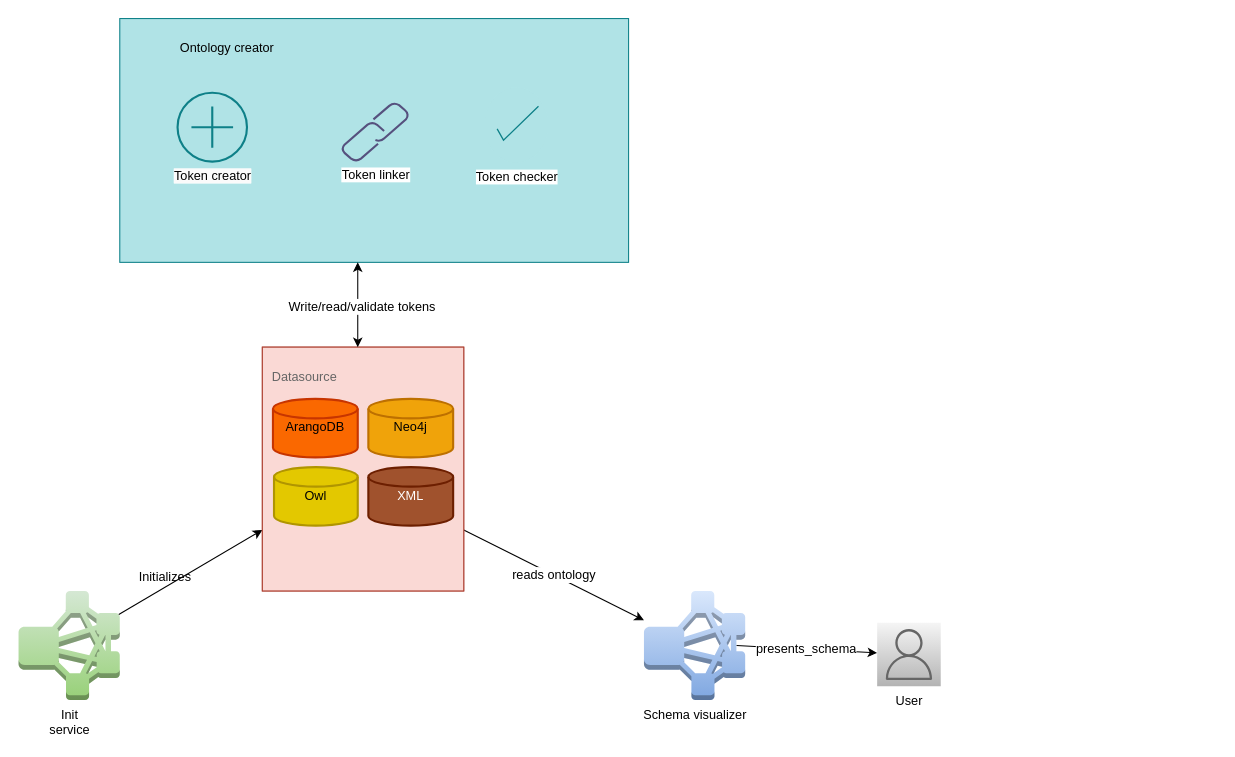
This is page "Page-3" (3 of 4) of KnowledgeSchemaService.drawio from supriyopaul/scripts, a draw.io file, before an edit. Source tidied: cells renumbered, new cells numbered last; positions are measured from the earlier drawing's top-left corner, leaving out a move shared by most shapes. Both pictures are drawn from the tidied source at 106%, with x=0, y=0 at pixel (18, 18). Pictures stored in the file or linked from it are replaced by grey dashed boxes.
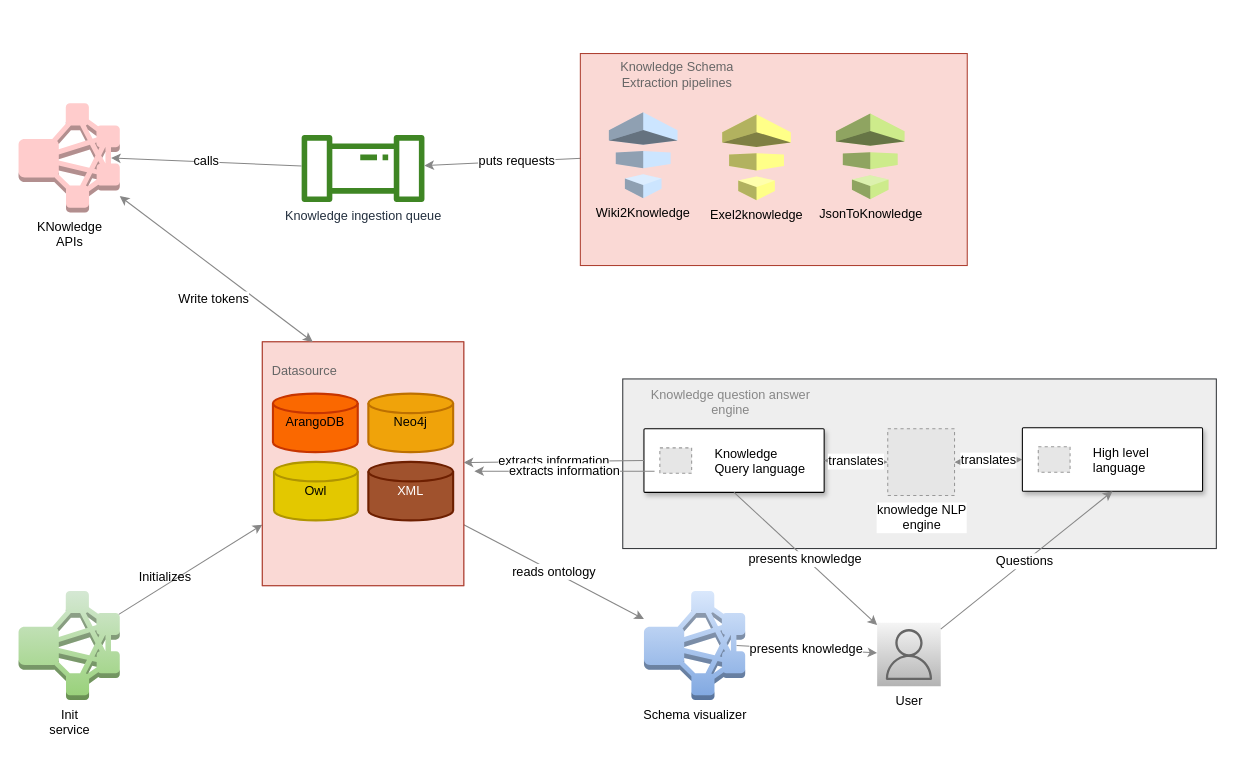
The same page after the edit.

Unchanged cells that the change refers to:
```xml
<mxCell id="2" value="&lt;span style=&quot;&quot;&gt;Init&lt;/span&gt;&lt;br style=&quot;border-color: var(--border-color);&quot;&gt;&lt;span style=&quot;&quot;&gt;service&lt;/span&gt;" style="outlineConnect=0;dashed=0;verticalLabelPosition=bottom;verticalAlign=top;align=center;html=1;shape=mxgraph.aws3.emr_cluster;fontSize=12;fillColor=#d5e8d4;strokeColor=#82b366;gradientColor=#97d077;" parent="1" vertex="1">
  <mxGeometry y="540" width="95.5" height="103" as="geometry" />
</mxCell>
<mxCell id="5" value="Schema visualizer" style="outlineConnect=0;dashed=0;verticalLabelPosition=bottom;verticalAlign=top;align=center;html=1;shape=mxgraph.aws3.emr_cluster;fontSize=12;fillColor=#dae8fc;strokeColor=#6c8ebf;gradientColor=#7ea6e0;" parent="1" vertex="1">
  <mxGeometry x="590" y="540" width="95.5" height="103" as="geometry" />
</mxCell>
<mxCell id="7" value="User" style="sketch=0;outlineConnect=0;gradientColor=#b3b3b3;strokeColor=#666666;fillColor=#f5f5f5;dashed=0;verticalLabelPosition=bottom;verticalAlign=top;align=center;html=1;fontSize=12;fontStyle=0;shape=mxgraph.aws4.resourceIcon;resIcon=mxgraph.aws4.user;" parent="1" vertex="1">
  <mxGeometry x="810" y="570" width="60" height="60" as="geometry" />
</mxCell>
<mxCell id="16" style="rounded=0;whiteSpace=wrap;html=1;fontSize=12;fillColor=#fad9d5;strokeColor=#ae4132;" parent="14" vertex="1">
  <mxGeometry width="190" height="230" as="geometry" />
</mxCell>
```

Diff of the diagram source:
```diff
@@
+    <mxCell id="24" style="rounded=0;whiteSpace=wrap;html=1;strokeColor=#36393d;fontSize=12;fillColor=#eeeeee;" parent="1" vertex="1">
+      <mxGeometry x="570" y="340" width="560" height="160" as="geometry" />
+    </mxCell>
@@
-    <mxCell id="3" style="endArrow=classic;html=1;rounded=0;fontSize=12;fontColor=#000000;exitX=0.99;exitY=0.215;exitDx=0;exitDy=0;exitPerimeter=0;entryX=0;entryY=0.75;entryDx=0;entryDy=0;" parent="1" edge="1" source="2" target="16">
+    <mxCell id="3" style="endArrow=classic;html=1;rounded=0;fontSize=12;fontColor=#000000;exitX=0.99;exitY=0.215;exitDx=0;exitDy=0;exitPerimeter=0;entryX=0;entryY=0.75;entryDx=0;entryDy=0;strokeColor=#878787;" parent="1" edge="1" source="2" target="16">
       <mxGeometry relative="1" as="geometry" />
     </mxCell>
@@
-    <mxCell id="6" value="reads ontology" style="endArrow=classic;html=1;rounded=0;fontSize=12;fontColor=#000000;exitX=1;exitY=0.75;exitDx=0;exitDy=0;" parent="1" edge="1" source="16" target="5">
+    <mxCell id="6" value="reads ontology" style="endArrow=classic;html=1;rounded=0;fontSize=12;fontColor=#000000;exitX=1;exitY=0.75;exitDx=0;exitDy=0;strokeColor=#878787;" parent="1" edge="1" source="16" target="5">
       <mxGeometry relative="1" as="geometry" />
     </mxCell>
@@
-    <mxCell id="8" value="presents_schema" style="endArrow=classic;html=1;rounded=0;fontSize=12;fontColor=#000000;exitX=0.915;exitY=0.5;exitDx=0;exitDy=0;exitPerimeter=0;" parent="1" edge="1" source="5" target="7">
+    <mxCell id="8" value="presents knowledge" style="endArrow=classic;html=1;rounded=0;fontSize=12;fontColor=#000000;exitX=0.915;exitY=0.5;exitDx=0;exitDy=0;exitPerimeter=0;strokeColor=#878787;" parent="1" edge="1" source="5" target="7">
       <mxGeometry relative="1" as="geometry" />
     </mxCell>
-    <mxCell id="9" style="group;fillColor=#b0e3e6;strokeColor=#0e8088;" parent="1" vertex="1">
-      <mxGeometry x="95.5" width="480" height="230" as="geometry" />
-    </mxCell>
-    <mxCell id="10" value="Ontology creator" style="text;html=1;strokeColor=none;fillColor=none;align=center;verticalAlign=middle;whiteSpace=wrap;rounded=0;fontSize=12;fontColor=#000000;" parent="9" vertex="1">
-      <mxGeometry x="25.3" y="13.8" width="151.6" height="27.6" as="geometry" />
-    </mxCell>
-    <mxCell id="11" value="Token linker" style="html=1;verticalLabelPosition=bottom;align=center;labelBackgroundColor=#ffffff;verticalAlign=top;strokeWidth=2;shadow=0;dashed=0;shape=mxgraph.ios7.icons.link;fontSize=12;fillColor=#d0cee2;strokeColor=#56517e;" parent="9" vertex="1">
-      <mxGeometry x="210" y="80" width="62.3" height="54" as="geometry" />
-    </mxCell>
-    <mxCell id="12" value="&lt;span style=&quot;color: rgb(0, 0, 0); background-color: rgb(251, 251, 251);&quot;&gt;Token creator&lt;/span&gt;" style="html=1;verticalLabelPosition=bottom;align=center;labelBackgroundColor=#ffffff;verticalAlign=top;strokeWidth=2;strokeColor=#0e8088;shadow=0;dashed=0;shape=mxgraph.ios7.icons.add;fontSize=12;fillColor=#b0e3e6;" parent="9" vertex="1">
-      <mxGeometry x="54.5" y="70" width="65.5" height="65" as="geometry" />
-    </mxCell>
-    <mxCell id="13" value="Token checker" style="html=1;verticalLabelPosition=bottom;labelBackgroundColor=#ffffff;verticalAlign=top;shadow=0;dashed=0;strokeWidth=2;shape=mxgraph.ios7.misc.select;fillColor=#b0e3e6;strokeColor=#0e8088;sketch=0;fontSize=12;" parent="9" vertex="1">
-      <mxGeometry x="344" y="65" width="60" height="71" as="geometry" />
-    </mxCell>
     <mxCell id="14" style="group;" parent="1" vertex="1">
-      <mxGeometry x="230" y="310" width="190" height="230" as="geometry" />
+      <mxGeometry x="230" y="305" width="190" height="230" as="geometry" />
     </mxCell>
@@
-    <mxCell id="22" style="endArrow=classic;startArrow=classic;html=1;rounded=0;fontSize=12;fontColor=#000000;" parent="1" edge="1">
-      <mxGeometry relative="1" as="geometry">
-        <mxPoint x="320" y="310" as="sourcePoint" />
-        <mxPoint x="320" y="230" as="targetPoint" />
-      </mxGeometry>
+    <mxCell id="22" style="endArrow=classic;startArrow=classic;html=1;rounded=0;fontSize=12;fontColor=#000000;strokeColor=#878787;entryX=0.25;entryY=0;entryDx=0;entryDy=0;" parent="1" edge="1" source="46" target="16">
+      <mxGeometry relative="1" as="geometry" />
     </mxCell>
-    <mxCell id="23" value="Write/read/validate tokens" style="edgeLabel;html=1;align=center;verticalAlign=middle;fontSize=12;fontColor=#000000;" parent="22" vertex="1">
+    <mxCell id="23" value="Write tokens" style="edgeLabel;html=1;align=center;verticalAlign=middle;fontSize=12;fontColor=#000000;" parent="22" vertex="1">
       <mxGeometry x="-0.01" y="-3" relative="1" as="geometry">
-        <mxPoint y="1" as="offset" />
+        <mxPoint y="26" as="offset" />
       </mxGeometry>
     </mxCell>
+    <mxCell id="25" style="shadow=1;strokeWidth=1;rounded=1;absoluteArcSize=1;arcSize=2;fontSize=12;" parent="1" vertex="1">
+      <mxGeometry x="590" y="387" width="170" height="60" as="geometry" />
+    </mxCell>
+    <mxCell id="26" value="Knowledge&#10;Query language" style="fillColor=#E6E6E6;strokeColor=#999999;dashed=1;fontColor=#000000;verticalLabelPosition=middle;labelBackgroundColor=#ffffff;verticalAlign=middle;labelPosition=right;align=left;spacingLeft=20;fontSize=12;" parent="25" vertex="1">
+      <mxGeometry width="30" height="24" relative="1" as="geometry">
+        <mxPoint x="15" y="18" as="offset" />
+      </mxGeometry>
+    </mxCell>
+    <mxCell id="27" style="shadow=1;strokeWidth=1;rounded=1;absoluteArcSize=1;arcSize=2;fontSize=12;" parent="1" vertex="1">
+      <mxGeometry x="947" y="386" width="170" height="60" as="geometry" />
+    </mxCell>
+    <mxCell id="28" value="High level&#10;language" style="fillColor=#E6E6E6;strokeColor=#999999;dashed=1;fontColor=#000000;verticalLabelPosition=middle;labelBackgroundColor=#ffffff;verticalAlign=middle;labelPosition=right;align=left;spacingLeft=20;fontSize=12;" parent="27" vertex="1">
+      <mxGeometry width="30" height="24" relative="1" as="geometry">
+        <mxPoint x="15" y="18" as="offset" />
+      </mxGeometry>
+    </mxCell>
+    <mxCell id="29" value="extracts information" style="endArrow=classic;html=1;rounded=0;fontSize=12;fontColor=#000000;exitX=0;exitY=0.5;exitDx=0;exitDy=0;strokeColor=#878787;" parent="1" edge="1" source="25" target="16">
+      <mxGeometry relative="1" as="geometry" />
+    </mxCell>
+    <mxCell id="30" value="presents knowledge" style="endArrow=classic;html=1;rounded=0;fontSize=12;fontColor=#000000;exitX=0.5;exitY=1;exitDx=0;exitDy=0;strokeColor=#878787;" parent="1" edge="1" source="25" target="7">
+      <mxGeometry relative="1" as="geometry" />
+    </mxCell>
+    <mxCell id="31" value="&lt;font color=&quot;#000000&quot;&gt;knowledge NLP&lt;br&gt;engine&lt;br&gt;&lt;/font&gt;" style="fillColor=#E6E6E6;strokeColor=#999999;dashed=1;html=1;verticalAlign=top;verticalLabelPosition=bottom;labelBackgroundColor=#ffffff;fontSize=12;fontColor=#878787;" parent="1" vertex="1">
+      <mxGeometry x="820" y="387" width="63" height="63" as="geometry" />
+    </mxCell>
+    <mxCell id="32" value="&lt;font color=&quot;#000000&quot;&gt;translates&lt;/font&gt;" style="endArrow=classic;startArrow=classic;html=1;rounded=0;strokeColor=#878787;fontSize=12;fontColor=#878787;entryX=0;entryY=0.5;entryDx=0;entryDy=0;exitX=1;exitY=0.5;exitDx=0;exitDy=0;" parent="1" edge="1" source="25" target="31">
+      <mxGeometry relative="1" as="geometry" />
+    </mxCell>
+    <mxCell id="33" value="&lt;font color=&quot;#000000&quot;&gt;translates&lt;/font&gt;" style="endArrow=classic;startArrow=classic;html=1;rounded=0;strokeColor=#878787;fontSize=12;fontColor=#878787;entryX=0;entryY=0.5;entryDx=0;entryDy=0;exitX=1;exitY=0.5;exitDx=0;exitDy=0;" parent="1" edge="1" source="31" target="27">
+      <mxGeometry relative="1" as="geometry" />
+    </mxCell>
+    <mxCell id="34" style="endArrow=classic;html=1;rounded=0;strokeColor=#878787;fontSize=12;fontColor=#000000;entryX=0.5;entryY=1;entryDx=0;entryDy=0;" parent="1" edge="1" source="7" target="27">
+      <mxGeometry relative="1" as="geometry" />
+    </mxCell>
+    <mxCell id="35" value="Questions" style="edgeLabel;html=1;align=center;verticalAlign=middle;fontSize=12;fontColor=#000000;" parent="34" vertex="1">
+      <mxGeometry x="-0.02" y="1" relative="1" as="geometry" />
+    </mxCell>
+    <mxCell id="36" value="&lt;font color=&quot;#878787&quot;&gt;Knowledge question answer engine&lt;/font&gt;" style="text;html=1;strokeColor=none;fillColor=none;align=center;verticalAlign=middle;whiteSpace=wrap;rounded=0;fontSize=12;fontColor=#000000;" parent="1" vertex="1">
+      <mxGeometry x="592" y="347" width="160" height="30" as="geometry" />
+    </mxCell>
+    <mxCell id="37" value="Knowledge ingestion queue" style="sketch=0;outlineConnect=0;fontColor=#232F3E;gradientColor=none;fillColor=#3F8624;strokeColor=none;dashed=0;verticalLabelPosition=bottom;verticalAlign=top;align=center;html=1;fontSize=12;fontStyle=0;shape=mxgraph.aws4.iot_analytics_pipeline;labelBackgroundColor=none;" parent="1" vertex="1">
+      <mxGeometry x="266.3" y="109.9" width="117.4" height="63.2" as="geometry" />
+    </mxCell>
+    <mxCell id="38" value="extracts information" style="endArrow=classic;html=1;rounded=0;fontSize=12;fontColor=#000000;exitX=0;exitY=0.5;exitDx=0;exitDy=0;strokeColor=#878787;" parent="1" edge="1">
+      <mxGeometry relative="1" as="geometry">
+        <mxPoint x="600" y="427" as="sourcePoint" />
+        <mxPoint x="430" y="427" as="targetPoint" />
+      </mxGeometry>
+    </mxCell>
+    <mxCell id="39" value="puts requests" style="endArrow=classic;html=1;rounded=0;fontSize=12;fontColor=#000000;strokeColor=#878787;" parent="1" edge="1" source="43" target="37">
+      <mxGeometry relative="1" as="geometry" />
+    </mxCell>
+    <mxCell id="40" style="group;" parent="1" vertex="1">
+      <mxGeometry x="530" y="30" width="365" height="200" as="geometry" />
+    </mxCell>
+    <mxCell id="41" style="group;fillColor=#fad9d5;strokeColor=#ae4132;fontStyle=4;" parent="40" vertex="1">
+      <mxGeometry y="3" width="365" height="200" as="geometry" />
+    </mxCell>
+    <mxCell id="42" value="&lt;font color=&quot;#666666&quot;&gt;Knowledge Schema&lt;br&gt;Extraction pipelines&lt;br&gt;&lt;/font&gt;" style="text;html=1;strokeColor=none;fillColor=none;align=center;verticalAlign=middle;whiteSpace=wrap;rounded=0;fontSize=12;fontColor=#000000;" parent="40" vertex="1">
+      <mxGeometry y="6.3" width="182.5" height="33.6" as="geometry" />
+    </mxCell>
+    <mxCell id="43" value="Wiki2Knowledge" style="outlineConnect=0;dashed=0;verticalLabelPosition=bottom;verticalAlign=top;align=center;html=1;shape=mxgraph.aws3.data_pipeline;fillColor=#cce5ff;labelBackgroundColor=none;strokeColor=#36393d;fontSize=12;" parent="40" vertex="1">
+      <mxGeometry x="26.9" y="58.5" width="64.8" height="81" as="geometry" />
+    </mxCell>
+    <mxCell id="44" value="JsonToKnowledge" style="dashed=0;verticalLabelPosition=bottom;verticalAlign=top;align=center;html=1;shape=mxgraph.aws3.data_pipeline;fillColor=#cdeb8b;labelBackgroundColor=none;strokeColor=#36393d;fontSize=12;" parent="40" vertex="1">
+      <mxGeometry x="241.1" y="59.5" width="64.8" height="81" as="geometry" />
+    </mxCell>
+    <mxCell id="45" value="Exel2knowledge" style="dashed=0;verticalLabelPosition=bottom;verticalAlign=top;align=center;html=1;shape=mxgraph.aws3.data_pipeline;fillColor=#ffff88;labelBackgroundColor=none;strokeColor=#36393d;fontSize=12;" parent="40" vertex="1">
+      <mxGeometry x="133.8" y="60.5" width="64.8" height="81" as="geometry" />
+    </mxCell>
+    <mxCell id="46" value="KNowledge&lt;br&gt;APIs" style="outlineConnect=0;dashed=0;verticalLabelPosition=bottom;verticalAlign=top;align=center;html=1;shape=mxgraph.aws3.emr_cluster;fontSize=12;fillColor=#ffcccc;strokeColor=#36393d;" parent="1" vertex="1">
+      <mxGeometry y="80" width="95.5" height="103" as="geometry" />
+    </mxCell>
+    <mxCell id="47" value="calls" style="endArrow=classic;html=1;rounded=0;fontSize=12;fontColor=#000000;strokeColor=#878787;entryX=0.915;entryY=0.5;entryDx=0;entryDy=0;entryPerimeter=0;" parent="1" edge="1" source="37" target="46">
+      <mxGeometry relative="1" as="geometry" />
+    </mxCell>
```
